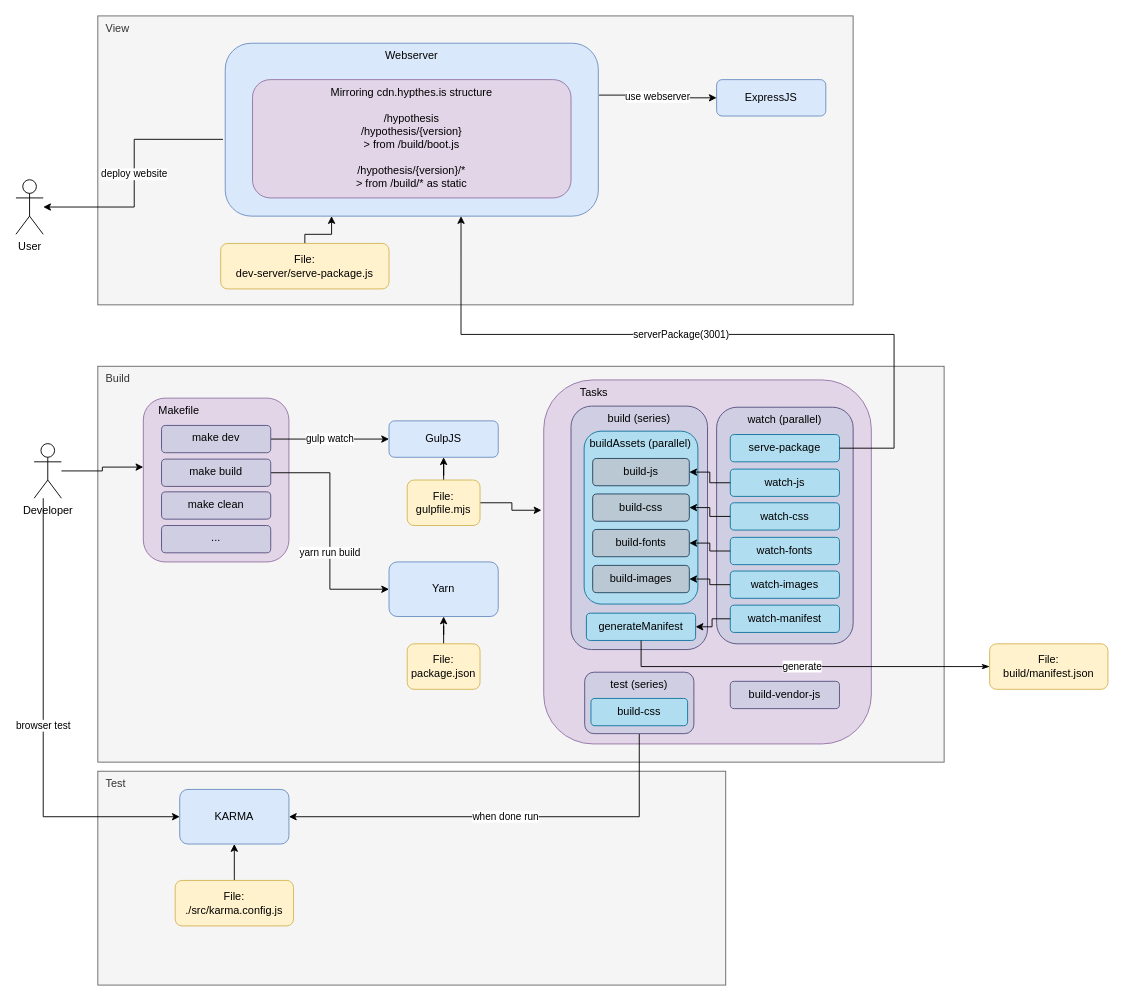
This is page "Hypothesis Client" (2 of 3) of content-server/docs/architecture.drawio from UKPLab/CARE, a draw.io file, before an edit. Source tidied: cells renumbered, new cells numbered last; positions are measured from the earlier drawing's top-left corner, leaving out a move shared by most shapes. Both pictures are drawn from the tidied source at 91%, with x=0, y=0 at pixel (15, 15).
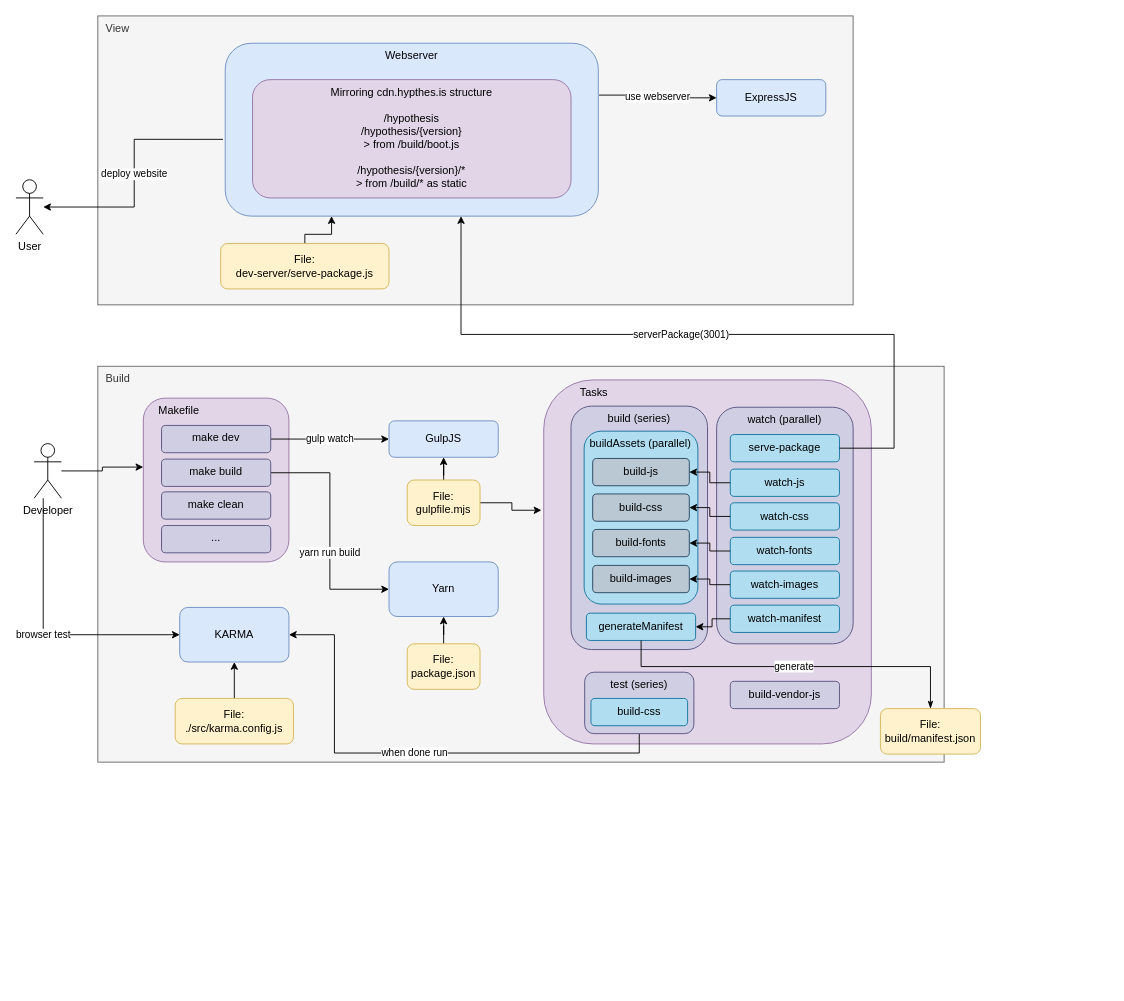
The same diagram, later.

Unchanged cells that the change refers to:
```xml
<mxCell id="11" value="Developer" style="shape=umlActor;verticalLabelPosition=bottom;verticalAlign=top;html=1;outlineConnect=0;" parent="1" vertex="1">
  <mxGeometry x="20" y="470" width="30" height="60" as="geometry" />
</mxCell>
<mxCell id="47" value="generateManifest" style="rounded=1;whiteSpace=wrap;html=1;align=center;verticalAlign=middle;fillColor=#b1ddf0;strokeColor=#10739e;" parent="40" vertex="1">
  <mxGeometry x="16.9" y="227.5" width="120" height="30" as="geometry" />
</mxCell>
<mxCell id="49" value="test (series)" style="rounded=1;whiteSpace=wrap;html=1;align=center;verticalAlign=top;fillColor=#d0cee2;strokeColor=#56517e;" parent="1" vertex="1">
  <mxGeometry x="625" y="721.2" width="120" height="67.5" as="geometry" />
</mxCell>
```

Change to the diagram source:
```diff
@@
-    <mxCell id="3" value="Test" style="rounded=0;whiteSpace=wrap;html=1;align=left;verticalAlign=top;spacingLeft=7;fillColor=#f5f5f5;strokeColor=#666666;fontColor=#333333;" parent="1" vertex="1">
-      <mxGeometry x="90" y="830" width="690" height="235" as="geometry" />
-    </mxCell>
@@
     <mxCell id="10" value="browser test" style="edgeStyle=orthogonalEdgeStyle;rounded=0;jettySize=auto;html=1;" parent="1" edge="1" source="11" target="27">
       <mxGeometry relative="1" as="geometry">
         <Array as="points">
-          <mxPoint x="30" y="880" />
+          <mxPoint x="30" y="680" />
         </Array>
       </mxGeometry>
     </mxCell>
@@
     <mxCell id="27" value="KARMA" style="rounded=1;whiteSpace=wrap;html=1;align=center;verticalAlign=middle;fillColor=#dae8fc;strokeColor=#6c8ebf;" parent="1" vertex="1">
-      <mxGeometry x="180" y="850" width="120" height="60" as="geometry" />
+      <mxGeometry x="180" y="650" width="120" height="60" as="geometry" />
     </mxCell>
@@
     <mxCell id="31" value="&lt;span&gt;File:&lt;br&gt;./src/karma.config.js&lt;/span&gt;" style="whiteSpace=wrap;html=1;rounded=1;align=center;verticalAlign=middle;fillColor=#fff2cc;strokeColor=#d6b656;" parent="1" vertex="1">
-      <mxGeometry x="175" y="950" width="130" height="50" as="geometry" />
+      <mxGeometry x="175" y="750" width="130" height="50" as="geometry" />
     </mxCell>
@@
     <mxCell id="48" value="when done run" style="edgeStyle=orthogonalEdgeStyle;rounded=0;jettySize=auto;html=1;entryX=1;entryY=0.5;entryDx=0;entryDy=0;" parent="1" edge="1" source="49" target="27">
       <mxGeometry relative="1" as="geometry">
         <Array as="points">
-          <mxPoint x="685" y="880" />
+          <mxPoint x="685" y="810" />
+          <mxPoint x="350" y="810" />
+          <mxPoint x="350" y="680" />
         </Array>
       </mxGeometry>
     </mxCell>
@@
-    <mxCell id="56" value="generate" style="edgeStyle=orthogonalEdgeStyle;rounded=0;jettySize=auto;html=1;startArrow=classicThin;startFill=1;endArrow=none;endFill=0;" parent="1" edge="1" source="57" target="47">
+    <mxCell id="56" value="generate" style="edgeStyle=orthogonalEdgeStyle;rounded=0;jettySize=auto;html=1;startArrow=classicThin;startFill=1;endArrow=none;endFill=0;exitX=0.5;exitY=0;exitDx=0;exitDy=0;" parent="1" edge="1" source="57" target="47">
       <mxGeometry relative="1" as="geometry">
         <Array as="points">
+          <mxPoint x="1005" y="715" />
           <mxPoint x="687" y="715" />
         </Array>
       </mxGeometry>
     </mxCell>
     <mxCell id="57" value="&lt;span&gt;File:&lt;br&gt;build/manifest.json&lt;/span&gt;" style="whiteSpace=wrap;html=1;rounded=1;align=center;verticalAlign=middle;fillColor=#fff2cc;strokeColor=#d6b656;" parent="1" vertex="1">
-      <mxGeometry x="1070" y="690" width="130" height="50" as="geometry" />
+      <mxGeometry x="950" y="761.2" width="110" height="50" as="geometry" />
     </mxCell>
```
